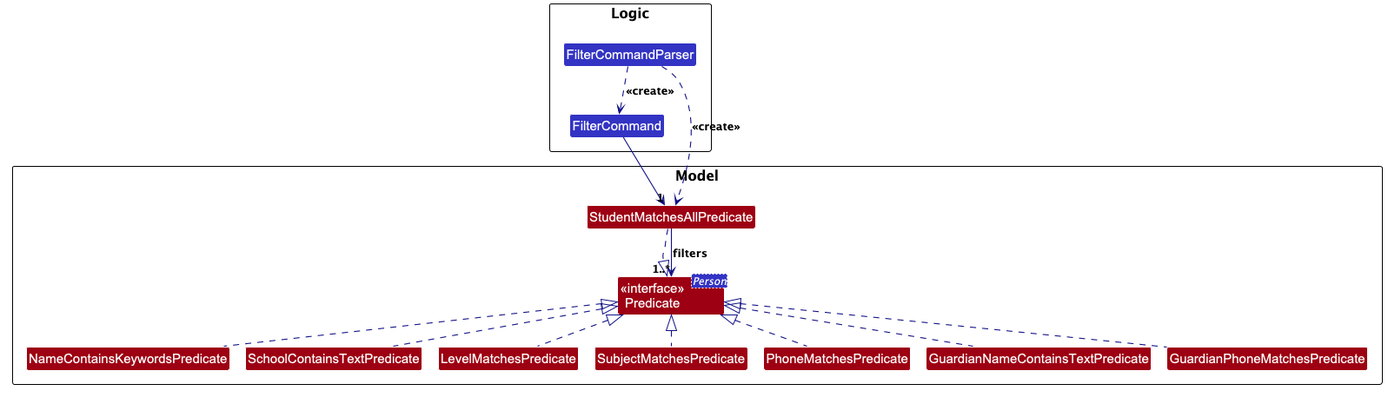
Before: docs/images/FilterClassDiagram.png, a diagram exported from PlantUML (AY2627S1-CS2103T-T09-1/tp).
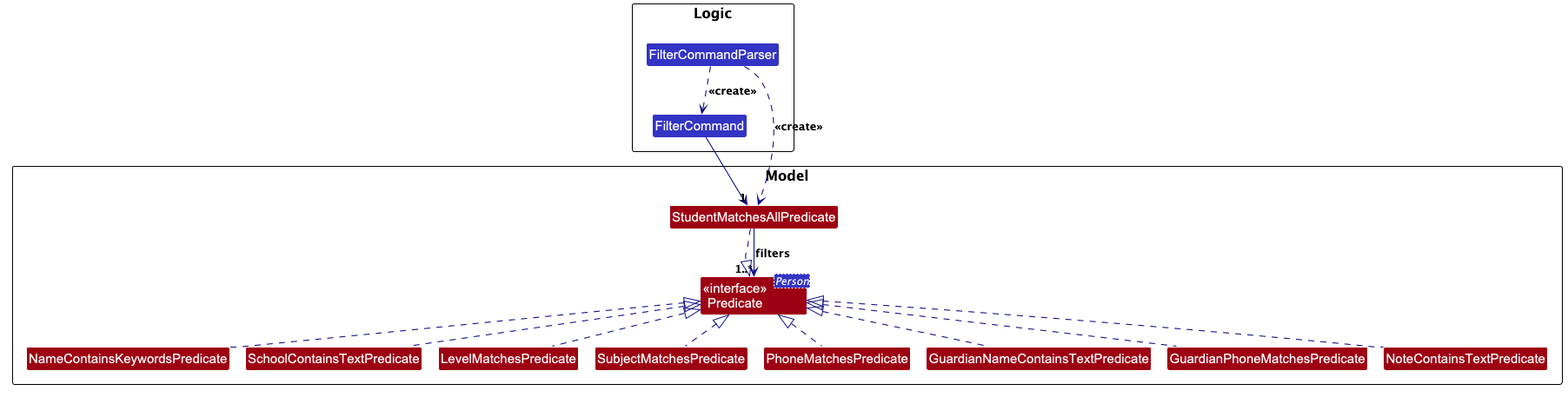
The same diagram one commit later.

Commit message:
Developer Guide: Add note filter

Add NoteContainsTextPredicate to the filter class diagram and the
predicate table, and record why notes are searched with a note/
filter rather than a separate findnote command.

What changed in the source:
```diff
@@ -19,6 +19,7 @@
 Class PhoneMatchesPredicate MODEL_COLOR
 Class GuardianNameContainsTextPredicate MODEL_COLOR
 Class GuardianPhoneMatchesPredicate MODEL_COLOR
+Class NoteContainsTextPredicate MODEL_COLOR
 }
 
 FilterCommandParser ..> FilterCommand : <<create>>
@@ -35,4 +36,5 @@
 PhoneMatchesPredicate .up.|> Predicate
 GuardianNameContainsTextPredicate .up.|> Predicate
 GuardianPhoneMatchesPredicate .up.|> Predicate
+NoteContainsTextPredicate .up.|> Predicate
 @enduml
```
